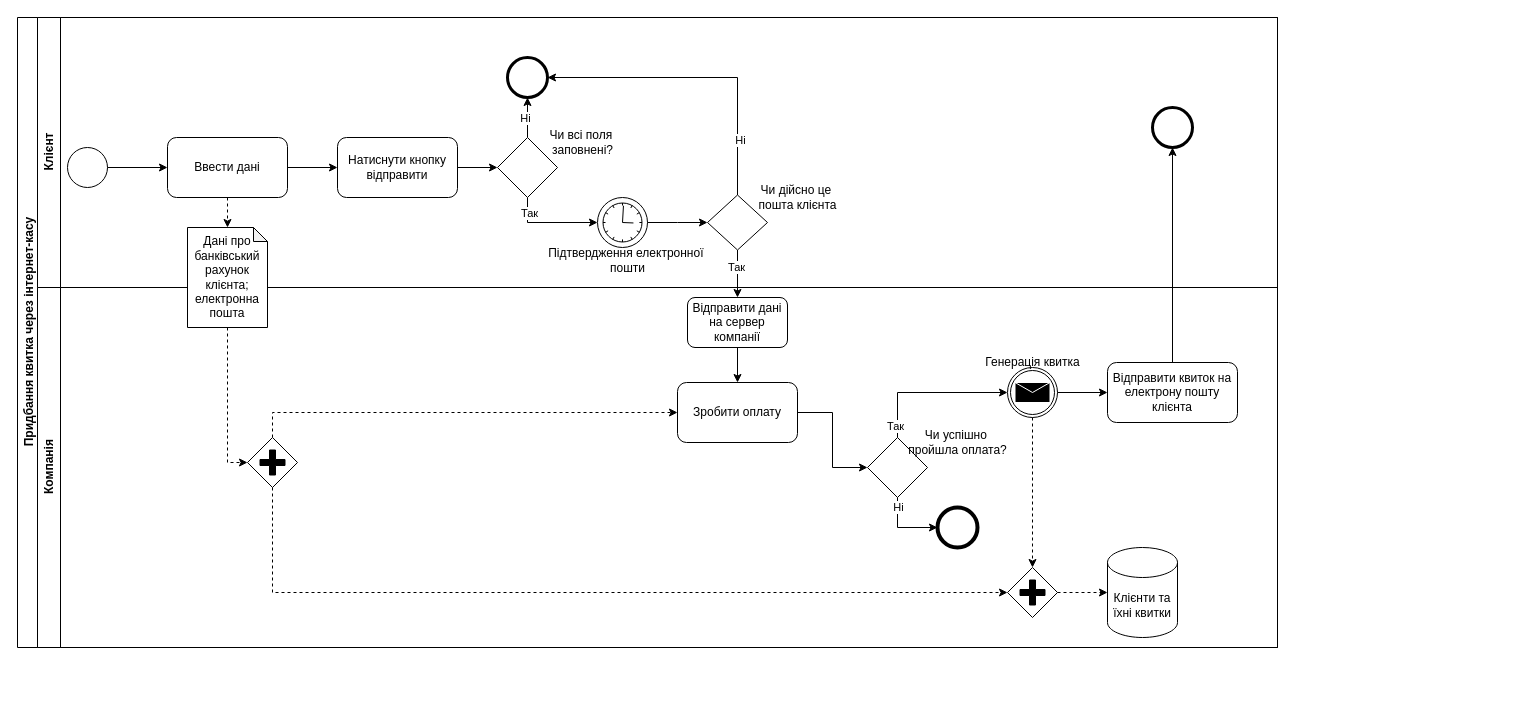
This is bnpm.drawio from n3wb1e05/qa-qc-labs, a draw.io file, before an edit. Source tidied: cells renumbered, new cells numbered last; positions are measured from the earlier drawing's top-left corner, leaving out a move shared by most shapes. Both pictures are drawn from the tidied source at 100%, with x=0, y=0 at pixel (17, 17).
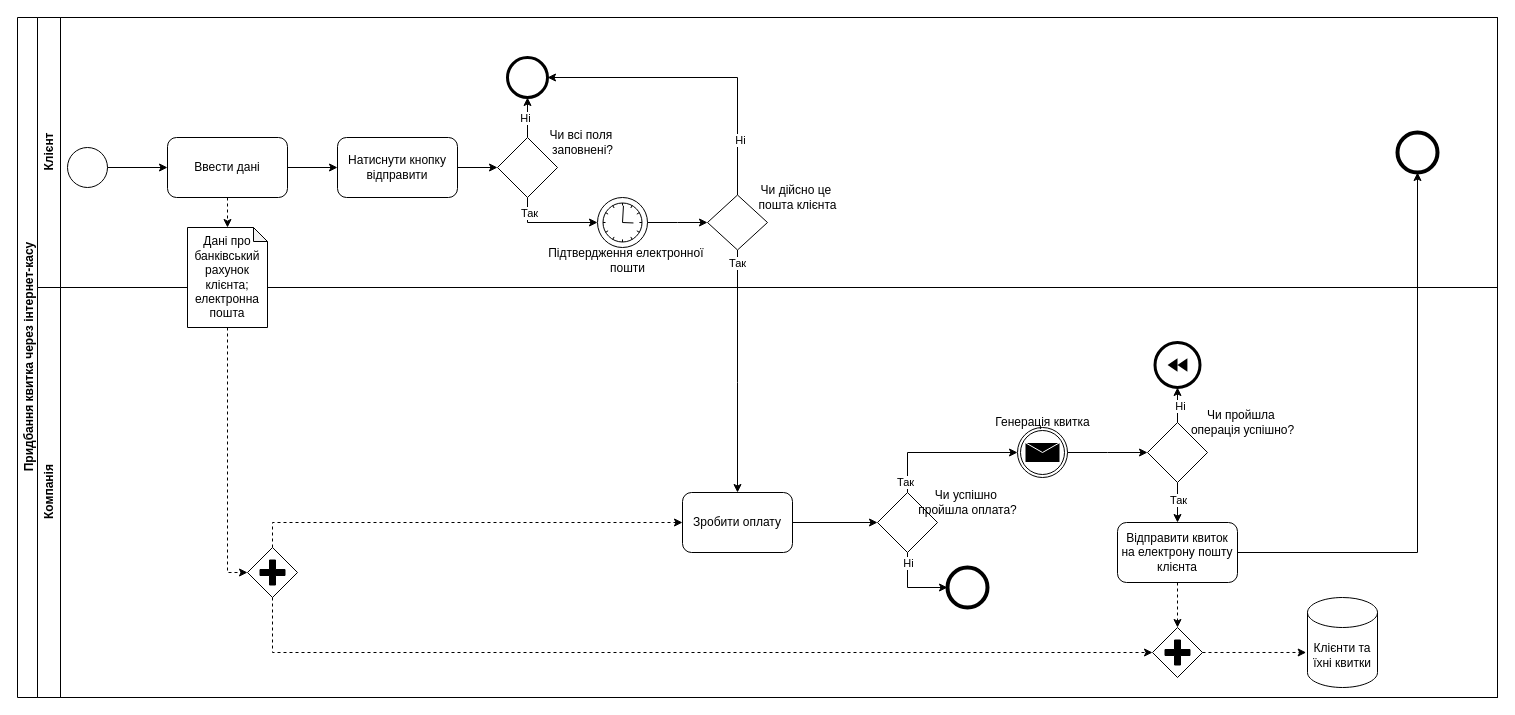
The same diagram, later.

Unchanged cells that the change refers to:
```xml
<mxCell id="47" style="rhombus;whiteSpace=wrap;html=1;" parent="27" vertex="1">
  <mxGeometry x="670" y="177.5" width="60" height="55" as="geometry" />
</mxCell>
```

What changed in the source:
```diff
@@
     <mxCell id="2" value="Придбання квитка через інтернет-касу" style="swimlane;horizontal=0;whiteSpace=wrap;html=1;" parent="1" vertex="1">
-      <mxGeometry width="1260" height="630" as="geometry" />
+      <mxGeometry width="1480" height="680" as="geometry" />
     </mxCell>
     <mxCell id="3" value="Компанія" style="swimlane;horizontal=0;whiteSpace=wrap;html=1;" parent="2" vertex="1">
-      <mxGeometry x="20" y="270" width="1240" height="360" as="geometry" />
+      <mxGeometry x="20" y="270" width="1460" height="410" as="geometry" />
     </mxCell>
     <mxCell id="4" style="ellipse;whiteSpace=wrap;html=1;strokeWidth=4;" parent="3" vertex="1">
-      <mxGeometry x="900" y="220" width="40" height="40" as="geometry" />
+      <mxGeometry x="910" y="280" width="40" height="40" as="geometry" />
     </mxCell>
-    <mxCell id="5" style="edgeStyle=orthogonalEdgeStyle;rounded=0;jettySize=auto;html=1;exitX=1;exitY=0.5;exitDx=0;exitDy=0;" parent="3" edge="1" source="6" target="7">
+    <mxCell id="5" style="edgeStyle=orthogonalEdgeStyle;rounded=0;jettySize=auto;html=1;entryX=0;entryY=0.5;entryDx=0;entryDy=0;" parent="3" edge="1" source="6" target="7">
       <mxGeometry relative="1" as="geometry" />
     </mxCell>
     <mxCell id="6" value="Зробити оплату" style="rounded=1;whiteSpace=wrap;html=1;" parent="3" vertex="1">
-      <mxGeometry x="640" y="95" width="120" height="60" as="geometry" />
+      <mxGeometry x="645" y="205" width="110" height="60" as="geometry" />
     </mxCell>
     <mxCell id="7" style="rhombus;whiteSpace=wrap;html=1;" parent="3" vertex="1">
-      <mxGeometry x="830" y="150" width="60" height="60" as="geometry" />
+      <mxGeometry x="840" y="205" width="60" height="60" as="geometry" />
     </mxCell>
     <mxCell id="8" value="Чи успішно&amp;nbsp;&lt;div&gt;пройшла оплата?&lt;/div&gt;" style="text;html=1;align=center;verticalAlign=middle;strokeColor=none;fillColor=none;" parent="3" vertex="1">
-      <mxGeometry x="860" y="135" width="120" height="40" as="geometry" />
+      <mxGeometry x="870" y="195" width="120" height="40" as="geometry" />
     </mxCell>
     <mxCell id="9" style="endArrow=classic;html=1;rounded=0;exitX=0.5;exitY=1;exitDx=0;exitDy=0;entryX=0;entryY=0.5;entryDx=0;entryDy=0;" parent="3" edge="1" source="7" target="4">
       <mxGeometry relative="1" as="geometry">
         <Array as="points">
-          <mxPoint x="860" y="240" />
+          <mxPoint x="870" y="300" />
         </Array>
       </mxGeometry>
     </mxCell>
@@
     <mxCell id="11" style="endArrow=classic;html=1;rounded=0;exitX=0.5;exitY=0;exitDx=0;exitDy=0;" parent="3" edge="1" source="7" target="17">
       <mxGeometry relative="1" as="geometry">
         <Array as="points">
-          <mxPoint x="860" y="105" />
+          <mxPoint x="870" y="165" />
         </Array>
       </mxGeometry>
     </mxCell>
@@
     <mxCell id="14" style="points=[[0.25,0.25,0],[0.5,0,0],[0.75,0.25,0],[1,0.5,0],[0.75,0.75,0],[0.5,1,0],[0.25,0.75,0],[0,0.5,0]];shape=mxgraph.bpmn.gateway2;html=1;verticalLabelPosition=bottom;labelBackgroundColor=#ffffff;verticalAlign=top;align=center;perimeter=rhombusPerimeter;outlineConnect=0;outline=none;symbol=none;gwType=parallel;" parent="3" vertex="1">
-      <mxGeometry x="970" y="280" width="50" height="50" as="geometry" />
+      <mxGeometry x="1115" y="340" width="50" height="50" as="geometry" />
     </mxCell>
-    <mxCell id="15" style="edgeStyle=orthogonalEdgeStyle;rounded=0;jettySize=auto;html=1;entryX=0.5;entryY=0;entryDx=0;entryDy=0;" parent="3" edge="1" source="16" target="6">
-      <mxGeometry relative="1" as="geometry" />
-    </mxCell>
-    <mxCell id="16" value="Відправити дані на сервер компанії" style="rounded=1;whiteSpace=wrap;html=1;" parent="3" vertex="1">
-      <mxGeometry x="650" y="10" width="100" height="50" as="geometry" />
-    </mxCell>
     <mxCell id="17" style="points=[[0.145,0.145,0],[0.5,0,0],[0.855,0.145,0],[1,0.5,0],[0.855,0.855,0],[0.5,1,0],[0.145,0.855,0],[0,0.5,0]];shape=mxgraph.bpmn.event;html=1;verticalLabelPosition=bottom;labelBackgroundColor=#ffffff;verticalAlign=top;align=center;perimeter=ellipsePerimeter;outlineConnect=0;outline=throwing;symbol=message;" parent="3" vertex="1">
-      <mxGeometry x="970" y="80" width="50" height="50" as="geometry" />
+      <mxGeometry x="980" y="140" width="50" height="50" as="geometry" />
     </mxCell>
     <mxCell id="18" value="Генерація квитка" style="text;html=1;align=center;verticalAlign=middle;strokeColor=none;fillColor=none;" parent="3" vertex="1">
-      <mxGeometry x="935" y="60" width="120" height="30" as="geometry" />
+      <mxGeometry x="945" y="120" width="120" height="30" as="geometry" />
     </mxCell>
-    <mxCell id="19" style="edgeStyle=orthogonalEdgeStyle;rounded=0;jettySize=auto;html=1;exitX=0.5;exitY=1;exitDx=0;exitDy=0;exitPerimeter=0;entryX=0.5;entryY=0;entryDx=0;entryDy=0;entryPerimeter=0;dashed=1;" parent="3" edge="1" source="17" target="14">
-      <mxGeometry relative="1" as="geometry" />
-    </mxCell>
@@
     <mxCell id="21" style="points=[[0.25,0.25,0],[0.5,0,0],[0.75,0.25,0],[1,0.5,0],[0.75,0.75,0],[0.5,1,0],[0.25,0.75,0],[0,0.5,0]];shape=mxgraph.bpmn.gateway2;html=1;verticalLabelPosition=bottom;labelBackgroundColor=#ffffff;verticalAlign=top;align=center;perimeter=rhombusPerimeter;outlineConnect=0;outline=none;symbol=none;gwType=parallel;" parent="3" vertex="1">
-      <mxGeometry x="210" y="150" width="50" height="50" as="geometry" />
+      <mxGeometry x="210" y="260" width="50" height="50" as="geometry" />
     </mxCell>
@@
+    <mxCell id="25" style="edgeStyle=orthogonalEdgeStyle;rounded=0;jettySize=auto;html=1;exitX=1;exitY=0.5;exitDx=0;exitDy=0;exitPerimeter=0;" parent="3" edge="1" source="17">
+      <mxGeometry relative="1" as="geometry">
+        <mxPoint x="1110" y="165" as="targetPoint" />
+      </mxGeometry>
+    </mxCell>
     <mxCell id="23" value="&lt;span style=&quot;background-color: initial;&quot;&gt;Клієнти та їхні квитки&lt;/span&gt;" style="shape=cylinder3;whiteSpace=wrap;html=1;boundedLbl=1;backgroundOutline=1;size=15;" parent="3" vertex="1">
-      <mxGeometry x="1070" y="260" width="70" height="90" as="geometry" />
+      <mxGeometry x="1270" y="310" width="70" height="90" as="geometry" />
     </mxCell>
-    <mxCell id="24" style="edgeStyle=orthogonalEdgeStyle;rounded=0;jettySize=auto;html=1;entryX=0;entryY=0.5;entryDx=0;entryDy=0;entryPerimeter=0;dashed=1;" parent="3" edge="1" source="14" target="23">
+    <mxCell id="24" style="edgeStyle=orthogonalEdgeStyle;rounded=0;jettySize=auto;html=1;entryX=-0.019;entryY=0.611;entryDx=0;entryDy=0;entryPerimeter=0;dashed=1;" parent="3" edge="1" source="14" target="23">
       <mxGeometry relative="1" as="geometry" />
     </mxCell>
-    <mxCell id="25" style="edgeStyle=orthogonalEdgeStyle;rounded=0;jettySize=auto;html=1;exitX=1;exitY=0.5;exitDx=0;exitDy=0;exitPerimeter=0;" parent="3" edge="1" source="17" target="26">
-      <mxGeometry relative="1" as="geometry" />
-    </mxCell>
+    <mxCell id="55" style="edgeStyle=orthogonalEdgeStyle;rounded=0;jettySize=auto;html=1;entryX=0.5;entryY=0;entryDx=0;entryDy=0;" parent="3" edge="1" source="57" target="26">
+      <mxGeometry relative="1" as="geometry" />
+    </mxCell>
+    <mxCell id="56" value="Так" style="edgeLabel;html=1;align=center;verticalAlign=middle;" parent="55" vertex="1">
+      <mxGeometry x="-0.13" relative="1" as="geometry" />
+    </mxCell>
+    <mxCell id="57" style="rhombus;whiteSpace=wrap;html=1;" parent="3" vertex="1">
+      <mxGeometry x="1110" y="135" width="60" height="60" as="geometry" />
+    </mxCell>
+    <mxCell id="58" value="Чи пройшла&amp;nbsp;&lt;div&gt;операція успішно?&lt;/div&gt;" style="text;html=1;align=center;verticalAlign=middle;strokeColor=none;fillColor=none;" parent="3" vertex="1">
+      <mxGeometry x="1140" y="115" width="130" height="40" as="geometry" />
+    </mxCell>
+    <mxCell id="59" style="points=[[0.145,0.145,0],[0.5,0,0],[0.855,0.145,0],[1,0.5,0],[0.855,0.855,0],[0.5,1,0],[0.145,0.855,0],[0,0.5,0]];shape=mxgraph.bpmn.event;html=1;verticalLabelPosition=bottom;labelBackgroundColor=#ffffff;verticalAlign=top;align=center;perimeter=ellipsePerimeter;outlineConnect=0;outline=end;symbol=compensation;" parent="3" vertex="1">
+      <mxGeometry x="1117.5" y="55" width="45" height="45" as="geometry" />
+    </mxCell>
+    <mxCell id="60" style="edgeStyle=orthogonalEdgeStyle;rounded=0;jettySize=auto;html=1;entryX=0.5;entryY=1;entryDx=0;entryDy=0;entryPerimeter=0;" parent="3" edge="1" source="57" target="59">
+      <mxGeometry relative="1" as="geometry" />
+    </mxCell>
+    <mxCell id="61" value="Ні" style="edgeLabel;html=1;align=center;verticalAlign=middle;" parent="60" vertex="1">
+      <mxGeometry x="0.01" y="2" relative="1" as="geometry" />
+    </mxCell>
+    <mxCell id="62" style="edgeStyle=orthogonalEdgeStyle;rounded=0;jettySize=auto;html=1;dashed=1;" parent="3" edge="1" source="26" target="14">
+      <mxGeometry relative="1" as="geometry" />
+    </mxCell>
     <mxCell id="26" value="Відправити квиток на електрону пошту клієнта" style="rounded=1;whiteSpace=wrap;html=1;" parent="3" vertex="1">
-      <mxGeometry x="1070" y="75" width="130" height="60" as="geometry" />
+      <mxGeometry x="1080" y="235" width="120" height="60" as="geometry" />
     </mxCell>
     <mxCell id="27" value="Клієнт" style="swimlane;horizontal=0;whiteSpace=wrap;html=1;startSize=23;" parent="2" vertex="1">
-      <mxGeometry x="20" width="1240" height="270" as="geometry" />
+      <mxGeometry x="20" width="1460" height="270" as="geometry" />
     </mxCell>
@@
-    <mxCell id="50" style="ellipse;whiteSpace=wrap;html=1;strokeWidth=3;" parent="27" vertex="1">
-      <mxGeometry x="1115" y="90" width="40" height="40" as="geometry" />
-    </mxCell>
+    <mxCell id="63" style="ellipse;whiteSpace=wrap;html=1;strokeWidth=4;" parent="27" vertex="1">
+      <mxGeometry x="1360" y="115" width="40" height="40" as="geometry" />
+    </mxCell>
@@
-    <mxCell id="52" style="edgeStyle=orthogonalEdgeStyle;rounded=0;jettySize=auto;html=1;" parent="2" edge="1" source="47" target="16">
-      <mxGeometry relative="1" as="geometry" />
+    <mxCell id="52" style="edgeStyle=orthogonalEdgeStyle;rounded=0;jettySize=auto;html=1;entryX=0.5;entryY=0;entryDx=0;entryDy=0;" parent="2" edge="1" source="47" target="6">
+      <mxGeometry relative="1" as="geometry">
+        <Array as="points">
+          <mxPoint x="720" y="365" />
+        </Array>
+      </mxGeometry>
     </mxCell>
-    <mxCell id="53" value="Так" style="edgeLabel;html=1;align=center;verticalAlign=middle;" parent="52" vertex="1">
-      <mxGeometry x="-0.27" y="-2" relative="1" as="geometry" />
-    </mxCell>
-    <mxCell id="54" style="edgeStyle=orthogonalEdgeStyle;rounded=0;jettySize=auto;html=1;entryX=0.5;entryY=1;entryDx=0;entryDy=0;" parent="2" edge="1" source="26" target="50">
-      <mxGeometry relative="1" as="geometry" />
-    </mxCell>
+    <mxCell id="64" value="Так" style="edgeLabel;html=1;align=center;verticalAlign=middle;" parent="52" vertex="1">
+      <mxGeometry x="-0.89" y="-1" relative="1" as="geometry" />
+    </mxCell>
+    <mxCell id="65" style="edgeStyle=orthogonalEdgeStyle;rounded=0;jettySize=auto;html=1;entryX=0.5;entryY=1;entryDx=0;entryDy=0;" parent="2" edge="1" source="26" target="63">
+      <mxGeometry relative="1" as="geometry" />
+    </mxCell>
```
